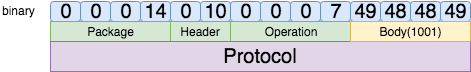
Earlier version of the draw.io export doc/changeRoom.png (ht-co-wowtch/alakazam). Source tidied: cells renumbered, new cells last; positions are measured from the earlier drawing's top-left corner, leaving out a move shared by most shapes.
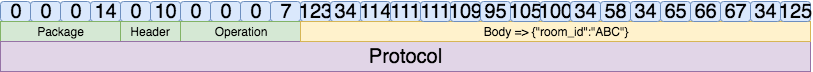
After the change.

What changed in the source:
```diff
@@ -42,25 +42,61 @@
       <mxGeometry x="230" y="20" width="120" height="20" as="geometry" />
     </mxCell>
     <mxCell id="15" value="&lt;span&gt;Protocol&lt;/span&gt;&lt;br&gt;" style="rounded=0;whiteSpace=wrap;html=1;fontSize=20;fillColor=#e1d5e7;strokeColor=#9673a6;" parent="1" vertex="1">
-      <mxGeometry x="50" y="40" width="420" height="30" as="geometry" />
+      <mxGeometry x="50" y="40" width="810" height="30" as="geometry" />
     </mxCell>
-    <mxCell id="16" value="binary" style="text;html=1;align=left;verticalAlign=top;spacingTop=-4;fontSize=12;" parent="1" vertex="1">
-      <mxGeometry width="50" height="20" as="geometry" />
-    </mxCell>
-    <mxCell id="17" value="&lt;div style=&quot;font-size: 20px&quot;&gt;49&lt;/div&gt;" style="rounded=1;whiteSpace=wrap;html=1;fillColor=#dae8fc;strokeColor=#6c8ebf;fontSize=20;" parent="1" vertex="1">
+    <mxCell id="17" value="&lt;div style=&quot;font-size: 20px&quot;&gt;123&lt;/div&gt;" style="rounded=1;whiteSpace=wrap;html=1;fillColor=#dae8fc;strokeColor=#6c8ebf;fontSize=20;" parent="1" vertex="1">
       <mxGeometry x="350" width="30" height="20" as="geometry" />
     </mxCell>
-    <mxCell id="18" value="&lt;div style=&quot;font-size: 20px&quot;&gt;48&lt;/div&gt;" style="rounded=1;whiteSpace=wrap;html=1;fillColor=#dae8fc;strokeColor=#6c8ebf;fontSize=20;" parent="1" vertex="1">
+    <mxCell id="18" value="&lt;div style=&quot;font-size: 20px&quot;&gt;34&lt;/div&gt;" style="rounded=1;whiteSpace=wrap;html=1;fillColor=#dae8fc;strokeColor=#6c8ebf;fontSize=20;" parent="1" vertex="1">
       <mxGeometry x="380" width="30" height="20" as="geometry" />
     </mxCell>
-    <mxCell id="19" value="&lt;div style=&quot;font-size: 20px&quot;&gt;48&lt;/div&gt;" style="rounded=1;whiteSpace=wrap;html=1;fillColor=#dae8fc;strokeColor=#6c8ebf;fontSize=20;" parent="1" vertex="1">
+    <mxCell id="19" value="&lt;div style=&quot;font-size: 20px&quot;&gt;114&lt;/div&gt;" style="rounded=1;whiteSpace=wrap;html=1;fillColor=#dae8fc;strokeColor=#6c8ebf;fontSize=20;" parent="1" vertex="1">
       <mxGeometry x="410" width="30" height="20" as="geometry" />
     </mxCell>
-    <mxCell id="20" value="&lt;div style=&quot;font-size: 20px&quot;&gt;49&lt;/div&gt;" style="rounded=1;whiteSpace=wrap;html=1;fillColor=#dae8fc;strokeColor=#6c8ebf;fontSize=20;" parent="1" vertex="1">
+    <mxCell id="20" value="&lt;div style=&quot;font-size: 20px&quot;&gt;111&lt;/div&gt;" style="rounded=1;whiteSpace=wrap;html=1;fillColor=#dae8fc;strokeColor=#6c8ebf;fontSize=20;" parent="1" vertex="1">
       <mxGeometry x="440" width="30" height="20" as="geometry" />
     </mxCell>
-    <mxCell id="21" value="&lt;span&gt;Body(1001)&lt;/span&gt;&lt;br&gt;" style="rounded=0;whiteSpace=wrap;html=1;fillColor=#fff2cc;strokeColor=#d6b656;fontSize=12;" parent="1" vertex="1">
-      <mxGeometry x="350" y="20" width="120" height="20" as="geometry" />
+    <mxCell id="21" value="&lt;span&gt;Body =&amp;gt;&amp;nbsp;&lt;/span&gt;{&quot;room_id&quot;:&quot;ABC&quot;}&lt;br&gt;" style="rounded=0;whiteSpace=wrap;html=1;fillColor=#fff2cc;strokeColor=#d6b656;fontSize=12;" parent="1" vertex="1">
+      <mxGeometry x="350" y="20" width="510" height="20" as="geometry" />
     </mxCell>
+    <mxCell id="22" value="&lt;div style=&quot;font-size: 20px&quot;&gt;111&lt;/div&gt;" style="rounded=1;whiteSpace=wrap;html=1;fillColor=#dae8fc;strokeColor=#6c8ebf;fontSize=20;" parent="1" vertex="1">
+      <mxGeometry x="470" width="30" height="20" as="geometry" />
+    </mxCell>
+    <mxCell id="23" value="&lt;div style=&quot;font-size: 20px&quot;&gt;109&lt;/div&gt;" style="rounded=1;whiteSpace=wrap;html=1;fillColor=#dae8fc;strokeColor=#6c8ebf;fontSize=20;" parent="1" vertex="1">
+      <mxGeometry x="500" width="30" height="20" as="geometry" />
+    </mxCell>
+    <mxCell id="24" value="&lt;div style=&quot;font-size: 20px&quot;&gt;95&lt;/div&gt;" style="rounded=1;whiteSpace=wrap;html=1;fillColor=#dae8fc;strokeColor=#6c8ebf;fontSize=20;" parent="1" vertex="1">
+      <mxGeometry x="530" width="30" height="20" as="geometry" />
+    </mxCell>
+    <mxCell id="25" value="&lt;div style=&quot;font-size: 20px&quot;&gt;105&lt;/div&gt;" style="rounded=1;whiteSpace=wrap;html=1;fillColor=#dae8fc;strokeColor=#6c8ebf;fontSize=20;" parent="1" vertex="1">
+      <mxGeometry x="560" width="30" height="20" as="geometry" />
+    </mxCell>
+    <mxCell id="26" value="&lt;div style=&quot;font-size: 20px&quot;&gt;100&lt;/div&gt;" style="rounded=1;whiteSpace=wrap;html=1;fillColor=#dae8fc;strokeColor=#6c8ebf;fontSize=20;" parent="1" vertex="1">
+      <mxGeometry x="590" width="30" height="20" as="geometry" />
+    </mxCell>
+    <mxCell id="27" value="&lt;div style=&quot;font-size: 20px&quot;&gt;34&lt;/div&gt;" style="rounded=1;whiteSpace=wrap;html=1;fillColor=#dae8fc;strokeColor=#6c8ebf;fontSize=20;" parent="1" vertex="1">
+      <mxGeometry x="620" width="30" height="20" as="geometry" />
+    </mxCell>
+    <mxCell id="28" value="&lt;div style=&quot;font-size: 20px&quot;&gt;58&lt;/div&gt;" style="rounded=1;whiteSpace=wrap;html=1;fillColor=#dae8fc;strokeColor=#6c8ebf;fontSize=20;" parent="1" vertex="1">
+      <mxGeometry x="650" width="30" height="20" as="geometry" />
+    </mxCell>
+    <mxCell id="29" value="&lt;div style=&quot;font-size: 20px&quot;&gt;34&lt;/div&gt;" style="rounded=1;whiteSpace=wrap;html=1;fillColor=#dae8fc;strokeColor=#6c8ebf;fontSize=20;" parent="1" vertex="1">
+      <mxGeometry x="680" width="30" height="20" as="geometry" />
+    </mxCell>
+    <mxCell id="30" value="&lt;div style=&quot;font-size: 20px&quot;&gt;65&lt;/div&gt;" style="rounded=1;whiteSpace=wrap;html=1;fillColor=#dae8fc;strokeColor=#6c8ebf;fontSize=20;" parent="1" vertex="1">
+      <mxGeometry x="710" width="30" height="20" as="geometry" />
+    </mxCell>
+    <mxCell id="31" value="&lt;div style=&quot;font-size: 20px&quot;&gt;66&lt;/div&gt;" style="rounded=1;whiteSpace=wrap;html=1;fillColor=#dae8fc;strokeColor=#6c8ebf;fontSize=20;" parent="1" vertex="1">
+      <mxGeometry x="740" width="30" height="20" as="geometry" />
+    </mxCell>
+    <mxCell id="32" value="&lt;div style=&quot;font-size: 20px&quot;&gt;67&lt;/div&gt;" style="rounded=1;whiteSpace=wrap;html=1;fillColor=#dae8fc;strokeColor=#6c8ebf;fontSize=20;" parent="1" vertex="1">
+      <mxGeometry x="770" width="30" height="20" as="geometry" />
+    </mxCell>
+    <mxCell id="33" value="&lt;div style=&quot;font-size: 20px&quot;&gt;34&lt;/div&gt;" style="rounded=1;whiteSpace=wrap;html=1;fillColor=#dae8fc;strokeColor=#6c8ebf;fontSize=20;" parent="1" vertex="1">
+      <mxGeometry x="800" width="30" height="20" as="geometry" />
+    </mxCell>
+    <mxCell id="34" value="&lt;div style=&quot;font-size: 20px&quot;&gt;125&lt;/div&gt;" style="rounded=1;whiteSpace=wrap;html=1;fillColor=#dae8fc;strokeColor=#6c8ebf;fontSize=20;" parent="1" vertex="1">
+      <mxGeometry x="830" width="30" height="20" as="geometry" />
+    </mxCell>
   </root>
 </mxGraphModel>
```
